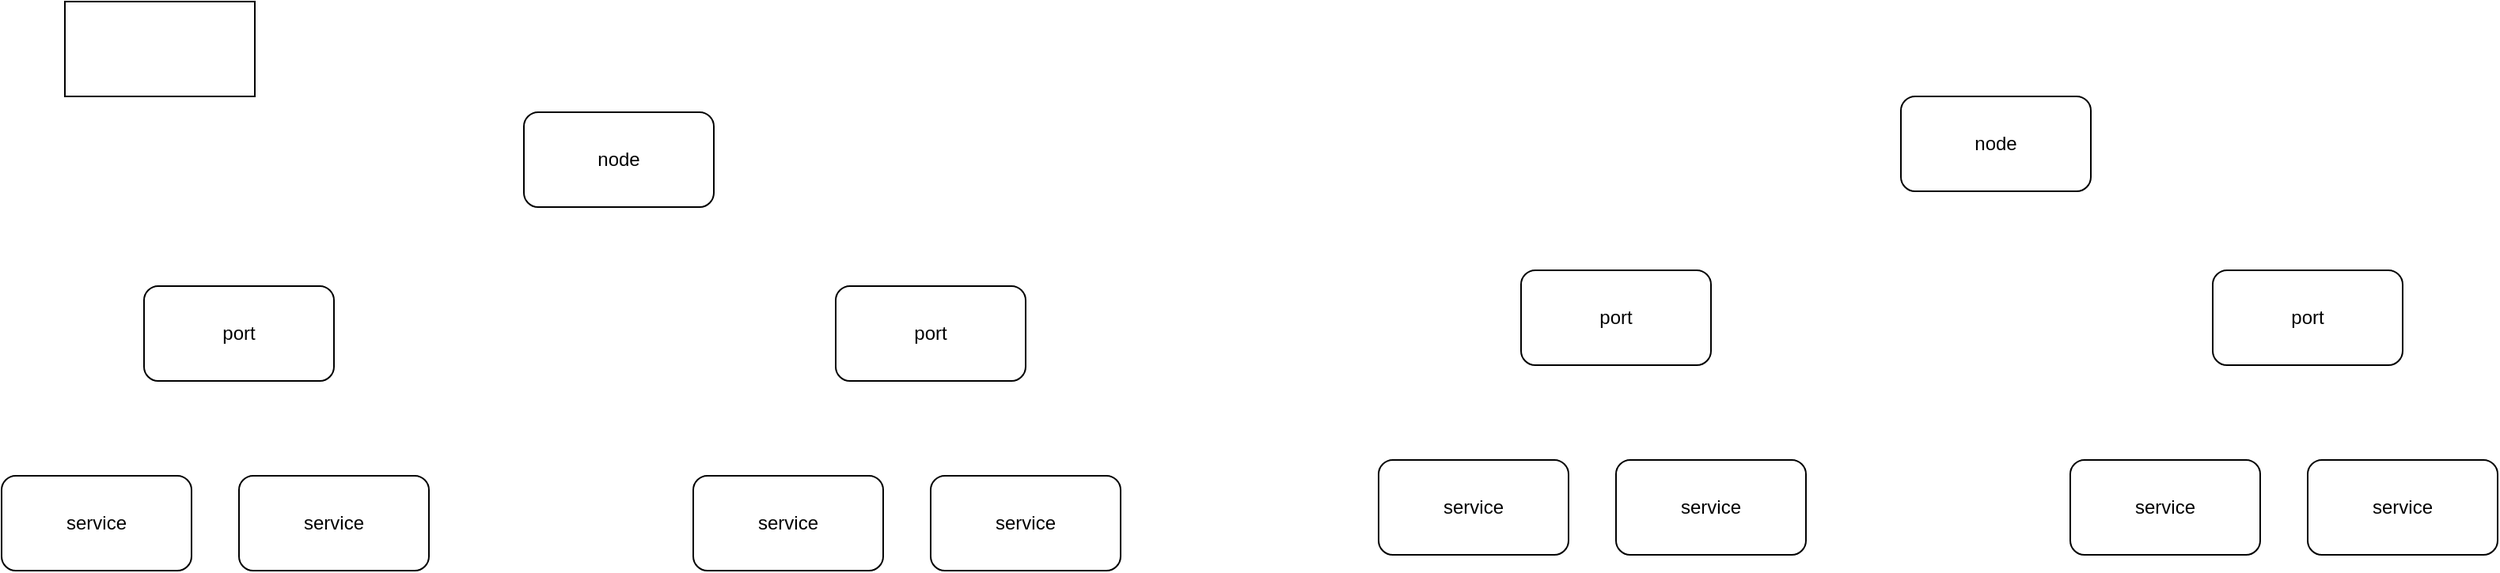
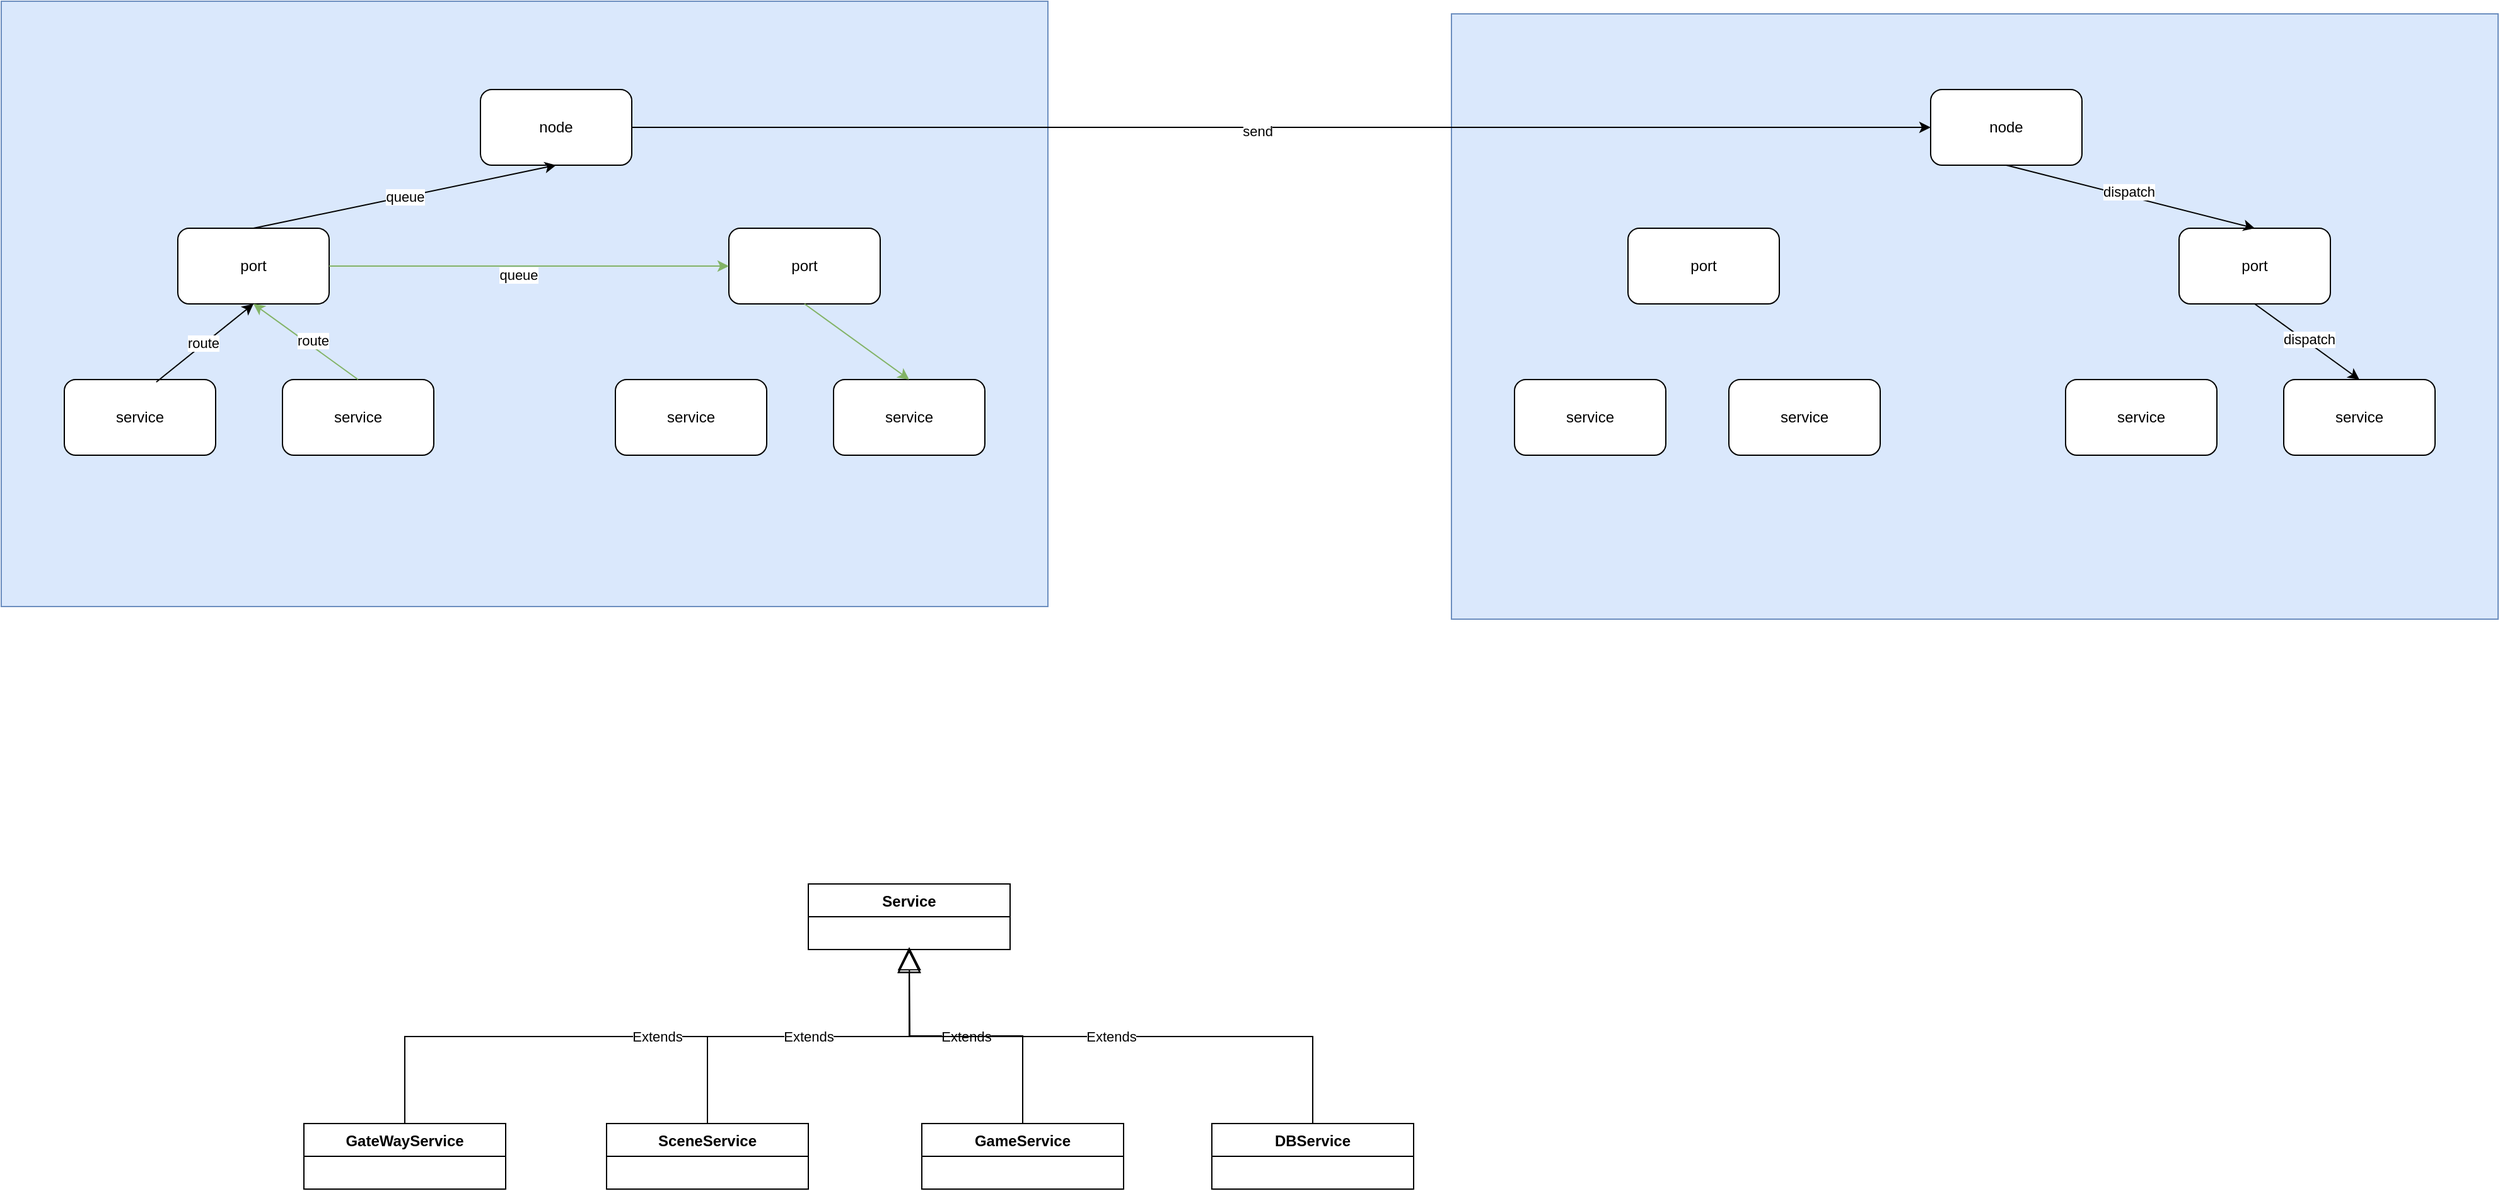
<mxfile host="app.diagrams.net" agent="Mozilla/5.0 (Windows NT 10.0; Win64; x64) AppleWebKit/537.36 (KHTML, like Gecko) Chrome/148.0.0.0 Safari/537.36">
  <diagram name="第 1 页" id="4DXosSl5vTkU5rFF_-mA">
-     <mxGraphModel dx="1664" dy="874" grid="1" gridSize="10" guides="1" tooltips="1" connect="1" arrows="1" fold="1" page="1" pageScale="1" pageWidth="827" pageHeight="1169" math="0" shadow="0">
+     <mxGraphModel dx="3142" dy="1651" grid="1" gridSize="10" guides="1" tooltips="1" connect="1" arrows="1" fold="1" page="1" pageScale="1" pageWidth="827" pageHeight="1169" math="0" shadow="0">
      <root>
        <mxCell id="0" />
        <mxCell id="1" parent="0" />
+         <mxCell id="vanFLrBqFyvmPIyDRfAB-1" parent="1" style="rounded=0;whiteSpace=wrap;html=1;fillColor=#dae8fc;strokeColor=#6c8ebf;" value="" vertex="1">
+           <mxGeometry height="480" width="830" x="1220" y="60" as="geometry" />
+         </mxCell>
+         <mxCell id="E1fMjwrjaNQRYmgsnjtn-15" parent="1" style="rounded=0;whiteSpace=wrap;html=1;fillColor=#dae8fc;strokeColor=#6c8ebf;" value="" vertex="1">
+           <mxGeometry height="480" width="830" x="70" y="50" as="geometry" />
+         </mxCell>
        <mxCell id="E1fMjwrjaNQRYmgsnjtn-1" parent="1" style="rounded=1;whiteSpace=wrap;html=1;" value="service" vertex="1">
          <mxGeometry height="60" width="120" x="120" y="350" as="geometry" />
        </mxCell>
        <mxCell id="E1fMjwrjaNQRYmgsnjtn-2" parent="1" style="rounded=1;whiteSpace=wrap;html=1;" value="service" vertex="1">
-           <mxGeometry height="60" width="120" x="270" y="350" as="geometry" />
+           <mxGeometry height="60" width="120" x="293" y="350" as="geometry" />
        </mxCell>
        <mxCell id="E1fMjwrjaNQRYmgsnjtn-3" parent="1" style="rounded=1;whiteSpace=wrap;html=1;" value="port" vertex="1">
          <mxGeometry height="60" width="120" x="210" y="230" as="geometry" />
        </mxCell>
        <mxCell id="E1fMjwrjaNQRYmgsnjtn-4" parent="1" style="rounded=1;whiteSpace=wrap;html=1;" value="node" vertex="1">
          <mxGeometry height="60" width="120" x="450" y="120" as="geometry" />
        </mxCell>
        <mxCell id="E1fMjwrjaNQRYmgsnjtn-5" parent="1" style="rounded=1;whiteSpace=wrap;html=1;" value="service" vertex="1">
          <mxGeometry height="60" width="120" x="557" y="350" as="geometry" />
        </mxCell>
        <mxCell id="E1fMjwrjaNQRYmgsnjtn-6" parent="1" style="rounded=1;whiteSpace=wrap;html=1;" value="service" vertex="1">
-           <mxGeometry height="60" width="120" x="707" y="350" as="geometry" />
+           <mxGeometry height="60" width="120" x="730" y="350" as="geometry" />
        </mxCell>
        <mxCell id="E1fMjwrjaNQRYmgsnjtn-7" parent="1" style="rounded=1;whiteSpace=wrap;html=1;" value="port" vertex="1">
          <mxGeometry height="60" width="120" x="647" y="230" as="geometry" />
        </mxCell>
        <mxCell id="E1fMjwrjaNQRYmgsnjtn-8" parent="1" style="rounded=1;whiteSpace=wrap;html=1;" value="service" vertex="1">
-           <mxGeometry height="60" width="120" x="990" y="340" as="geometry" />
+           <mxGeometry height="60" width="120" x="1270" y="350" as="geometry" />
        </mxCell>
        <mxCell id="E1fMjwrjaNQRYmgsnjtn-9" parent="1" style="rounded=1;whiteSpace=wrap;html=1;" value="service" vertex="1">
-           <mxGeometry height="60" width="120" x="1140" y="340" as="geometry" />
+           <mxGeometry height="60" width="120" x="1440" y="350" as="geometry" />
        </mxCell>
        <mxCell id="E1fMjwrjaNQRYmgsnjtn-10" parent="1" style="rounded=1;whiteSpace=wrap;html=1;" value="port" vertex="1">
-           <mxGeometry height="60" width="120" x="1080" y="220" as="geometry" />
+           <mxGeometry height="60" width="120" x="1360" y="230" as="geometry" />
        </mxCell>
        <mxCell id="E1fMjwrjaNQRYmgsnjtn-11" parent="1" style="rounded=1;whiteSpace=wrap;html=1;" value="node" vertex="1">
-           <mxGeometry height="60" width="120" x="1320" y="110" as="geometry" />
+           <mxGeometry height="60" width="120" x="1600" y="120" as="geometry" />
        </mxCell>
        <mxCell id="E1fMjwrjaNQRYmgsnjtn-12" parent="1" style="rounded=1;whiteSpace=wrap;html=1;" value="service" vertex="1">
-           <mxGeometry height="60" width="120" x="1427" y="340" as="geometry" />
+           <mxGeometry height="60" width="120" x="1707" y="350" as="geometry" />
        </mxCell>
        <mxCell id="E1fMjwrjaNQRYmgsnjtn-13" parent="1" style="rounded=1;whiteSpace=wrap;html=1;" value="service" vertex="1">
-           <mxGeometry height="60" width="120" x="1577" y="340" as="geometry" />
+           <mxGeometry height="60" width="120" x="1880" y="350" as="geometry" />
        </mxCell>
        <mxCell id="E1fMjwrjaNQRYmgsnjtn-14" parent="1" style="rounded=1;whiteSpace=wrap;html=1;" value="port" vertex="1">
-           <mxGeometry height="60" width="120" x="1517" y="220" as="geometry" />
+           <mxGeometry height="60" width="120" x="1797" y="230" as="geometry" />
        </mxCell>
-         <mxCell id="E1fMjwrjaNQRYmgsnjtn-15" parent="1" style="rounded=0;whiteSpace=wrap;html=1;" value="" vertex="1">
-           <mxGeometry height="60" width="120" x="160" y="50" as="geometry" />
+         <mxCell id="vanFLrBqFyvmPIyDRfAB-2" edge="1" parent="1" source="E1fMjwrjaNQRYmgsnjtn-1" style="endArrow=classic;html=1;rounded=0;exitX=0.608;exitY=0.033;exitDx=0;exitDy=0;exitPerimeter=0;entryX=0.5;entryY=1;entryDx=0;entryDy=0;" target="E1fMjwrjaNQRYmgsnjtn-3" value="">
+           <mxGeometry height="50" relative="1" width="50" as="geometry">
+             <mxPoint x="210" y="400" as="sourcePoint" />
+             <mxPoint x="260" y="350" as="targetPoint" />
+           </mxGeometry>
+         </mxCell>
+         <mxCell id="vanFLrBqFyvmPIyDRfAB-10" connectable="0" parent="vanFLrBqFyvmPIyDRfAB-2" style="edgeLabel;html=1;align=center;verticalAlign=middle;resizable=0;points=[];" value="route" vertex="1">
+           <mxGeometry relative="1" x="-0.0162" y="1" as="geometry">
+             <mxPoint as="offset" />
+           </mxGeometry>
+         </mxCell>
+         <mxCell id="vanFLrBqFyvmPIyDRfAB-3" edge="1" parent="1" source="E1fMjwrjaNQRYmgsnjtn-3" style="endArrow=classic;html=1;rounded=0;exitX=0.5;exitY=0;exitDx=0;exitDy=0;entryX=0.5;entryY=1;entryDx=0;entryDy=0;" target="E1fMjwrjaNQRYmgsnjtn-4" value="queue">
+           <mxGeometry height="50" relative="1" width="50" x="0.0023" as="geometry">
+             <mxPoint as="offset" />
+             <mxPoint x="260" y="230" as="sourcePoint" />
+             <mxPoint x="310" y="180" as="targetPoint" />
+           </mxGeometry>
+         </mxCell>
+         <mxCell id="vanFLrBqFyvmPIyDRfAB-4" edge="1" parent="1" source="E1fMjwrjaNQRYmgsnjtn-4" style="endArrow=classic;html=1;rounded=0;exitX=1;exitY=0.5;exitDx=0;exitDy=0;entryX=0;entryY=0.5;entryDx=0;entryDy=0;" target="E1fMjwrjaNQRYmgsnjtn-11" value="">
+           <mxGeometry height="50" relative="1" width="50" as="geometry">
+             <mxPoint x="880" y="690" as="sourcePoint" />
+             <mxPoint x="930" y="640" as="targetPoint" />
+           </mxGeometry>
+         </mxCell>
+         <mxCell id="vanFLrBqFyvmPIyDRfAB-16" connectable="0" parent="vanFLrBqFyvmPIyDRfAB-4" style="edgeLabel;html=1;align=center;verticalAlign=middle;resizable=0;points=[];" value="send" vertex="1">
+           <mxGeometry relative="1" x="-0.0375" y="-3" as="geometry">
+             <mxPoint as="offset" />
+           </mxGeometry>
+         </mxCell>
+         <mxCell id="vanFLrBqFyvmPIyDRfAB-5" edge="1" parent="1" source="E1fMjwrjaNQRYmgsnjtn-11" style="endArrow=classic;html=1;rounded=0;exitX=0.5;exitY=1;exitDx=0;exitDy=0;entryX=0.5;entryY=0;entryDx=0;entryDy=0;" target="E1fMjwrjaNQRYmgsnjtn-14" value="">
+           <mxGeometry height="50" relative="1" width="50" as="geometry">
+             <mxPoint x="1370" y="650" as="sourcePoint" />
+             <mxPoint x="1420" y="600" as="targetPoint" />
+           </mxGeometry>
+         </mxCell>
+         <mxCell id="vanFLrBqFyvmPIyDRfAB-8" connectable="0" parent="vanFLrBqFyvmPIyDRfAB-5" style="edgeLabel;html=1;align=center;verticalAlign=middle;resizable=0;points=[];" value="dispatch" vertex="1">
+           <mxGeometry relative="1" x="-0.032" y="4" as="geometry">
+             <mxPoint as="offset" />
+           </mxGeometry>
+         </mxCell>
+         <mxCell id="vanFLrBqFyvmPIyDRfAB-6" edge="1" parent="1" source="E1fMjwrjaNQRYmgsnjtn-14" style="endArrow=classic;html=1;rounded=0;exitX=0.5;exitY=1;exitDx=0;exitDy=0;entryX=0.5;entryY=0;entryDx=0;entryDy=0;" target="E1fMjwrjaNQRYmgsnjtn-13" value="">
+           <mxGeometry height="50" relative="1" width="50" as="geometry">
+             <mxPoint x="1790" y="690" as="sourcePoint" />
+             <mxPoint x="1840" y="640" as="targetPoint" />
+           </mxGeometry>
+         </mxCell>
+         <mxCell id="vanFLrBqFyvmPIyDRfAB-9" connectable="0" parent="vanFLrBqFyvmPIyDRfAB-6" style="edgeLabel;html=1;align=center;verticalAlign=middle;resizable=0;points=[];" value="dispatch" vertex="1">
+           <mxGeometry relative="1" x="-0.0049" y="3" as="geometry">
+             <mxPoint as="offset" />
+           </mxGeometry>
+         </mxCell>
+         <mxCell id="vanFLrBqFyvmPIyDRfAB-11" edge="1" parent="1" source="E1fMjwrjaNQRYmgsnjtn-2" style="endArrow=classic;html=1;rounded=0;exitX=0.5;exitY=0;exitDx=0;exitDy=0;entryX=0.5;entryY=1;entryDx=0;entryDy=0;fillColor=#d5e8d4;strokeColor=#82b366;" target="E1fMjwrjaNQRYmgsnjtn-3" value="">
+           <mxGeometry height="50" relative="1" width="50" as="geometry">
+             <mxPoint x="460" y="680" as="sourcePoint" />
+             <mxPoint x="510" y="630" as="targetPoint" />
+           </mxGeometry>
+         </mxCell>
+         <mxCell id="vanFLrBqFyvmPIyDRfAB-14" connectable="0" parent="vanFLrBqFyvmPIyDRfAB-11" style="edgeLabel;html=1;align=center;verticalAlign=middle;resizable=0;points=[];" value="route" vertex="1">
+           <mxGeometry relative="1" x="-0.0612" y="-4" as="geometry">
+             <mxPoint as="offset" />
+           </mxGeometry>
+         </mxCell>
+         <mxCell id="vanFLrBqFyvmPIyDRfAB-12" edge="1" parent="1" source="E1fMjwrjaNQRYmgsnjtn-3" style="endArrow=classic;html=1;rounded=0;exitX=1;exitY=0.5;exitDx=0;exitDy=0;entryX=0;entryY=0.5;entryDx=0;entryDy=0;fillColor=#d5e8d4;strokeColor=#82b366;" target="E1fMjwrjaNQRYmgsnjtn-7" value="">
+           <mxGeometry height="50" relative="1" width="50" as="geometry">
+             <mxPoint x="503" y="440" as="sourcePoint" />
+             <mxPoint x="420" y="380" as="targetPoint" />
+           </mxGeometry>
+         </mxCell>
+         <mxCell id="vanFLrBqFyvmPIyDRfAB-15" connectable="0" parent="vanFLrBqFyvmPIyDRfAB-12" style="edgeLabel;html=1;align=center;verticalAlign=middle;resizable=0;points=[];" value="queue" vertex="1">
+           <mxGeometry relative="1" x="-0.0557" y="-7" as="geometry">
+             <mxPoint as="offset" />
+           </mxGeometry>
+         </mxCell>
+         <mxCell id="vanFLrBqFyvmPIyDRfAB-13" edge="1" parent="1" source="E1fMjwrjaNQRYmgsnjtn-7" style="endArrow=classic;html=1;rounded=0;exitX=0.5;exitY=1;exitDx=0;exitDy=0;entryX=0.5;entryY=0;entryDx=0;entryDy=0;fillColor=#d5e8d4;strokeColor=#82b366;" target="E1fMjwrjaNQRYmgsnjtn-6" value="">
+           <mxGeometry height="50" relative="1" width="50" as="geometry">
+             <mxPoint x="530" y="270" as="sourcePoint" />
+             <mxPoint x="847" y="270" as="targetPoint" />
+           </mxGeometry>
+         </mxCell>
+         <mxCell id="vanFLrBqFyvmPIyDRfAB-18" parent="1" style="swimlane;fontStyle=1;align=center;verticalAlign=top;childLayout=stackLayout;horizontal=1;startSize=26;horizontalStack=0;resizeParent=1;resizeParentMax=0;resizeLast=0;collapsible=1;marginBottom=0;whiteSpace=wrap;html=1;" value="Service" vertex="1">
+           <mxGeometry height="52" width="160" x="710" y="750" as="geometry" />
+         </mxCell>
+         <mxCell id="vanFLrBqFyvmPIyDRfAB-22" parent="1" style="swimlane;fontStyle=1;align=center;verticalAlign=top;childLayout=stackLayout;horizontal=1;startSize=26;horizontalStack=0;resizeParent=1;resizeParentMax=0;resizeLast=0;collapsible=1;marginBottom=0;whiteSpace=wrap;html=1;" value="GateWayService" vertex="1">
+           <mxGeometry height="52" width="160" x="310" y="940" as="geometry" />
+         </mxCell>
+         <mxCell id="vanFLrBqFyvmPIyDRfAB-23" parent="1" style="swimlane;fontStyle=1;align=center;verticalAlign=top;childLayout=stackLayout;horizontal=1;startSize=26;horizontalStack=0;resizeParent=1;resizeParentMax=0;resizeLast=0;collapsible=1;marginBottom=0;whiteSpace=wrap;html=1;" value="SceneService" vertex="1">
+           <mxGeometry height="52" width="160" x="550" y="940" as="geometry" />
+         </mxCell>
+         <mxCell id="vanFLrBqFyvmPIyDRfAB-24" parent="1" style="swimlane;fontStyle=1;align=center;verticalAlign=top;childLayout=stackLayout;horizontal=1;startSize=26;horizontalStack=0;resizeParent=1;resizeParentMax=0;resizeLast=0;collapsible=1;marginBottom=0;whiteSpace=wrap;html=1;" value="GameService" vertex="1">
+           <mxGeometry height="52" width="160" x="800" y="940" as="geometry" />
+         </mxCell>
+         <mxCell id="vanFLrBqFyvmPIyDRfAB-25" parent="1" style="swimlane;fontStyle=1;align=center;verticalAlign=top;childLayout=stackLayout;horizontal=1;startSize=26;horizontalStack=0;resizeParent=1;resizeParentMax=0;resizeLast=0;collapsible=1;marginBottom=0;whiteSpace=wrap;html=1;" value="DBService" vertex="1">
+           <mxGeometry height="52" width="160" x="1030" y="940" as="geometry" />
+         </mxCell>
+         <mxCell id="vanFLrBqFyvmPIyDRfAB-29" edge="1" parent="1" source="vanFLrBqFyvmPIyDRfAB-22" style="endArrow=block;endSize=16;endFill=0;html=1;rounded=0;exitX=0.5;exitY=0;exitDx=0;exitDy=0;entryX=0.5;entryY=1;entryDx=0;entryDy=0;edgeStyle=orthogonalEdgeStyle;" target="vanFLrBqFyvmPIyDRfAB-18" value="Extends">
+           <mxGeometry relative="1" width="160" as="geometry">
+             <mxPoint x="320" y="1090" as="sourcePoint" />
+             <mxPoint x="480" y="1090" as="targetPoint" />
+           </mxGeometry>
+         </mxCell>
+         <mxCell id="vanFLrBqFyvmPIyDRfAB-30" edge="1" parent="1" source="vanFLrBqFyvmPIyDRfAB-23" style="endArrow=block;endSize=16;endFill=0;html=1;rounded=0;exitX=0.5;exitY=0;exitDx=0;exitDy=0;edgeStyle=orthogonalEdgeStyle;entryX=0.5;entryY=1;entryDx=0;entryDy=0;" target="vanFLrBqFyvmPIyDRfAB-18" value="Extends">
+           <mxGeometry relative="1" width="160" as="geometry">
+             <mxPoint x="640" y="998" as="sourcePoint" />
+             <mxPoint x="770" y="840" as="targetPoint" />
+           </mxGeometry>
+         </mxCell>
+         <mxCell id="vanFLrBqFyvmPIyDRfAB-31" edge="1" parent="1" source="vanFLrBqFyvmPIyDRfAB-24" style="endArrow=block;endSize=16;endFill=0;html=1;rounded=0;exitX=0.5;exitY=0;exitDx=0;exitDy=0;edgeStyle=orthogonalEdgeStyle;" value="Extends">
+           <mxGeometry relative="1" width="160" as="geometry">
+             <mxPoint x="680" y="1030" as="sourcePoint" />
+             <mxPoint x="790" y="800" as="targetPoint" />
+           </mxGeometry>
+         </mxCell>
+         <mxCell id="vanFLrBqFyvmPIyDRfAB-32" edge="1" parent="1" source="vanFLrBqFyvmPIyDRfAB-25" style="endArrow=block;endSize=16;endFill=0;html=1;rounded=0;exitX=0.5;exitY=0;exitDx=0;exitDy=0;edgeStyle=orthogonalEdgeStyle;entryX=0.5;entryY=1;entryDx=0;entryDy=0;" target="vanFLrBqFyvmPIyDRfAB-18" value="Extends">
+           <mxGeometry relative="1" width="160" as="geometry">
+             <mxPoint x="960" y="1040" as="sourcePoint" />
+             <mxPoint x="760" y="880" as="targetPoint" />
+           </mxGeometry>
        </mxCell>
      </root>
    </mxGraphModel>
  </diagram>
</mxfile>
